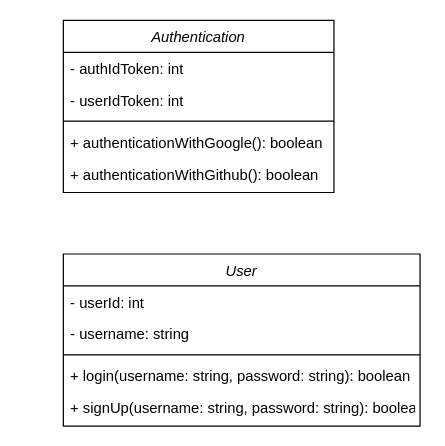
Earlier version of the draw.io diagram Class Diagram.drawio (Harshul1484/BMP-). Source tidied: cells renumbered, new cells numbered last; positions are measured from the earlier drawing's top-left corner, leaving out a move shared by most shapes. Both pictures are drawn from the tidied source at 123%, with x=0, y=0 at pixel (63, 20).
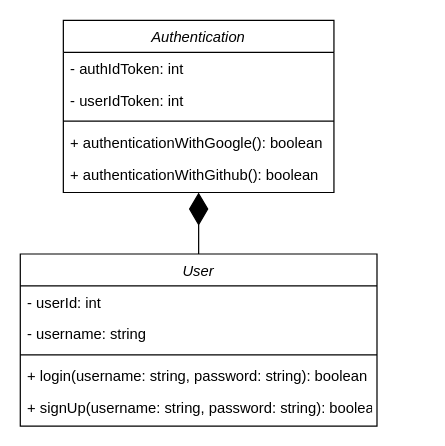
The same page after the edit.

Change to the diagram source:
```diff
@@
 <mxGraphModel>
   <root>
     <mxCell id="0" />
     <mxCell id="1" parent="0" />
     <mxCell id="2" value="Authentication" style="swimlane;fontStyle=2;align=center;verticalAlign=top;horizontal=1;startSize=26;rounded=0;shadow=0;strokeWidth=1;" parent="1" vertex="1">
       <mxGeometry width="220" height="140" as="geometry" />
     </mxCell>
     <mxCell id="3" value="- authIdToken: int" style="text;align=left;verticalAlign=top;spacingLeft=4;spacingRight=4;overflow=hidden;" parent="2" vertex="1">
       <mxGeometry y="26" width="220" height="26" as="geometry" />
     </mxCell>
     <mxCell id="4" value="- userIdToken: int" style="text;align=left;verticalAlign=top;spacingLeft=4;spacingRight=4;overflow=hidden;rounded=0;shadow=0;html=0;" parent="2" vertex="1">
       <mxGeometry y="52" width="220" height="26" as="geometry" />
     </mxCell>
     <mxCell id="5" style="line;html=1;strokeWidth=1;align=left;verticalAlign=middle;spacingTop=-1;spacingLeft=3;spacingRight=3;labelPosition=right;" parent="2" vertex="1">
       <mxGeometry y="78" width="220" height="8" as="geometry" />
     </mxCell>
     <mxCell id="6" value="+ authenticationWithGoogle(): boolean" style="text;align=left;verticalAlign=top;spacingLeft=4;spacingRight=4;overflow=hidden;" parent="2" vertex="1">
       <mxGeometry y="86" width="220" height="26" as="geometry" />
     </mxCell>
     <mxCell id="7" value="+ authenticationWithGithub(): boolean" style="text;align=left;verticalAlign=top;spacingLeft=4;spacingRight=4;overflow=hidden;points=[[0,0.5],[1,0.5]];portConstraint=eastwest;" parent="2" vertex="1">
       <mxGeometry y="112" width="220" height="28" as="geometry" />
     </mxCell>
     <mxCell id="8" value="User" style="swimlane;fontStyle=2;align=center;verticalAlign=top;horizontal=1;startSize=26;rounded=0;shadow=0;strokeWidth=1;" parent="1" vertex="1">
-      <mxGeometry y="190" width="290" height="140" as="geometry" />
+      <mxGeometry x="-35" y="190" width="290" height="140" as="geometry" />
     </mxCell>
     <mxCell id="9" value="- userId: int" style="text;align=left;verticalAlign=top;spacingLeft=4;spacingRight=4;overflow=hidden;" parent="8" vertex="1">
       <mxGeometry y="26" width="290" height="26" as="geometry" />
     </mxCell>
     <mxCell id="10" value="- username: string" style="text;align=left;verticalAlign=top;spacingLeft=4;spacingRight=4;overflow=hidden;rounded=0;shadow=0;html=0;" parent="8" vertex="1">
       <mxGeometry y="52" width="290" height="26" as="geometry" />
     </mxCell>
     <mxCell id="11" style="line;html=1;strokeWidth=1;align=left;verticalAlign=middle;spacingTop=-1;spacingLeft=3;spacingRight=3;labelPosition=right;" parent="8" vertex="1">
       <mxGeometry y="78" width="290" height="8" as="geometry" />
     </mxCell>
     <mxCell id="12" value="+ login(username: string, password: string): boolean" style="text;align=left;verticalAlign=top;spacingLeft=4;spacingRight=4;overflow=hidden;" parent="8" vertex="1">
       <mxGeometry y="86" width="290" height="26" as="geometry" />
     </mxCell>
     <mxCell id="13" value="+ signUp(username: string, password: string): boolean" style="text;align=left;verticalAlign=top;spacingLeft=4;spacingRight=4;overflow=hidden;" parent="8" vertex="1">
       <mxGeometry y="112" width="290" height="28" as="geometry" />
     </mxCell>
+    <mxCell id="14" style="endArrow=diamondThin;endFill=1;endSize=24;html=1;rounded=0;exitX=0.5;exitY=0;exitDx=0;exitDy=0;" parent="1" edge="1" source="8" target="7">
+      <mxGeometry relative="1" as="geometry" />
+    </mxCell>
   </root>
 </mxGraphModel>
```
